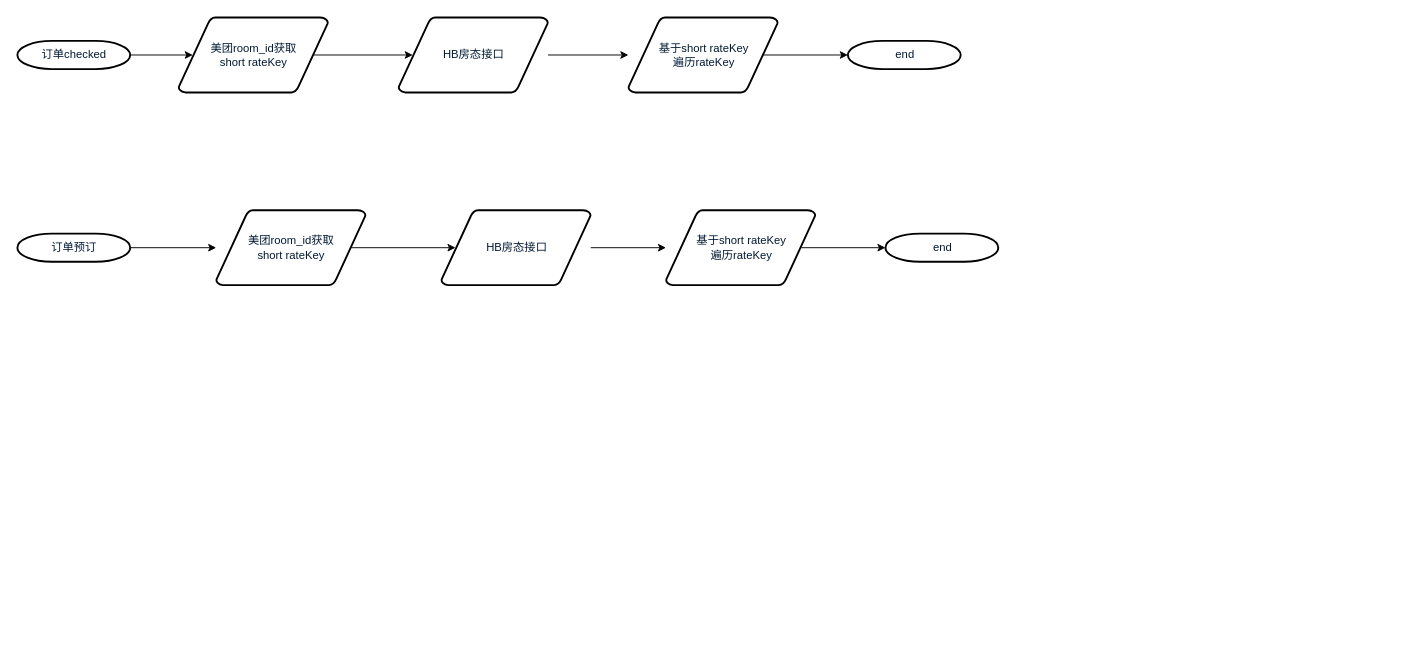
Above: drawio/酒店-美团.drawio in weiwen111/diagram (draw.io), before the change. Source tidied: cells renumbered, new cells numbered last; positions are measured from the earlier drawing's top-left corner, leaving out a move shared by most shapes. Both pictures are drawn from the tidied source at 94%, with x=0, y=0 at pixel (17, 17).
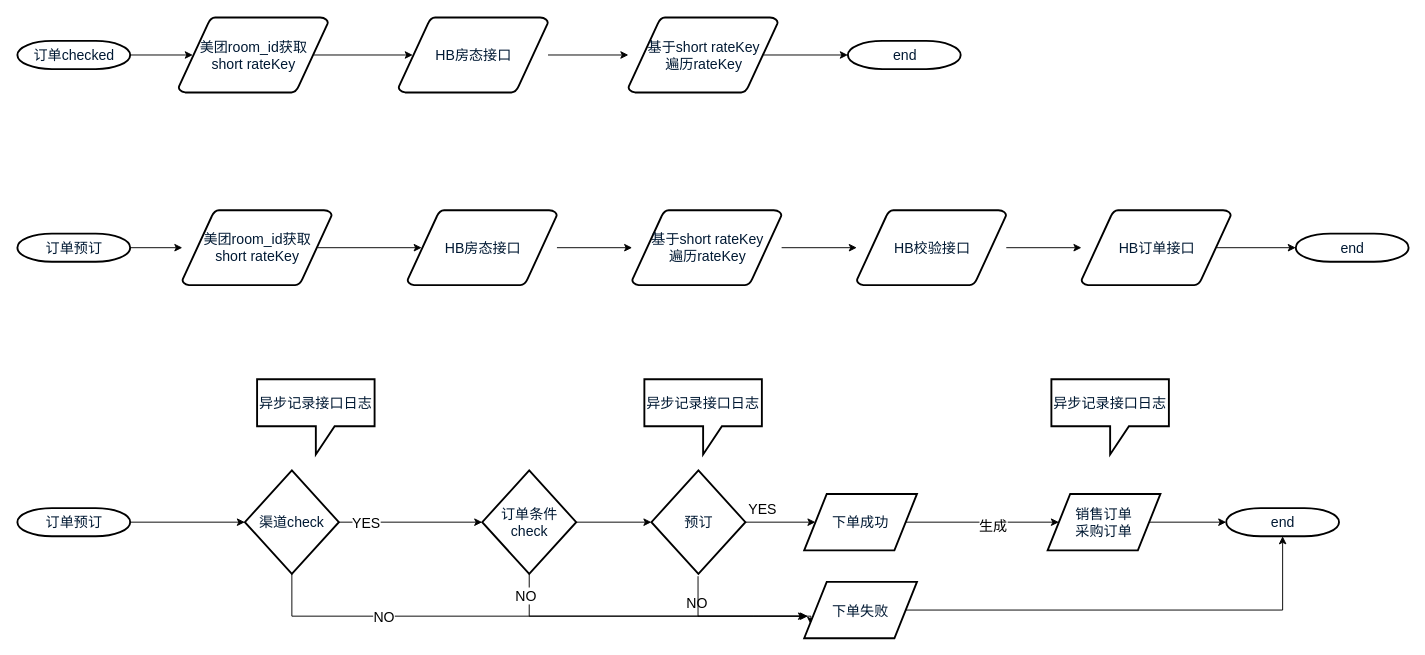
Above is the later version.

Commit message:
更新酒店-美团.drawio

What changed in the source:
```diff
@@
-    <mxCell id="2" style="edgeStyle=orthogonalEdgeStyle;rounded=0;jettySize=auto;html=1;entryX=0.095;entryY=0.5;entryDx=0;entryDy=0;entryPerimeter=0;" parent="1" edge="1" source="3" target="11">
+    <mxCell id="2" style="edgeStyle=orthogonalEdgeStyle;rounded=0;jettySize=auto;html=1;entryX=0.095;entryY=0.5;entryDx=0;entryDy=0;entryPerimeter=0;fontSize=15;" parent="1" edge="1" source="3" target="11">
       <mxGeometry relative="1" as="geometry" />
     </mxCell>
-    <mxCell id="3" value="订单checked" style="shape=mxgraph.flowchart.terminator;fillColor=#FFFFFF;strokeColor=#000000;strokeWidth=2;gradientColor=none;gradientDirection=north;fontColor=#001933;fontStyle=0;html=1;" parent="1" vertex="1">
+    <mxCell id="3" value="订单checked" style="shape=mxgraph.flowchart.terminator;fillColor=#FFFFFF;strokeColor=#000000;strokeWidth=2;gradientColor=none;gradientDirection=north;fontColor=#001933;fontStyle=0;html=1;fontSize=15;" parent="1" vertex="1">
       <mxGeometry y="25" width="120" height="30" as="geometry" />
     </mxCell>
-    <mxCell id="4" style="edgeStyle=orthogonalEdgeStyle;rounded=0;jettySize=auto;html=1;exitX=1;exitY=0.5;exitDx=0;exitDy=0;exitPerimeter=0;" parent="1" edge="1" source="5" target="18">
+    <mxCell id="4" style="edgeStyle=orthogonalEdgeStyle;rounded=0;jettySize=auto;html=1;exitX=1;exitY=0.5;exitDx=0;exitDy=0;exitPerimeter=0;fontSize=15;" parent="1" edge="1" source="5" target="18">
       <mxGeometry relative="1" as="geometry" />
     </mxCell>
-    <mxCell id="5" value="订单预订" style="shape=mxgraph.flowchart.terminator;fillColor=#FFFFFF;strokeColor=#000000;strokeWidth=2;gradientColor=none;gradientDirection=north;fontColor=#001933;fontStyle=0;html=1;" parent="1" vertex="1">
+    <mxCell id="5" value="订单预订" style="shape=mxgraph.flowchart.terminator;fillColor=#FFFFFF;strokeColor=#000000;strokeWidth=2;gradientColor=none;gradientDirection=north;fontColor=#001933;fontStyle=0;html=1;fontSize=15;" parent="1" vertex="1">
       <mxGeometry y="230" width="120" height="30" as="geometry" />
     </mxCell>
-    <mxCell id="6" style="edgeStyle=orthogonalEdgeStyle;rounded=0;jettySize=auto;html=1;" parent="1" edge="1" source="7" target="9">
+    <mxCell id="6" style="edgeStyle=orthogonalEdgeStyle;rounded=0;jettySize=auto;html=1;fontSize=15;" parent="1" edge="1" source="7" target="9">
       <mxGeometry relative="1" as="geometry" />
     </mxCell>
-    <mxCell id="7" value="HB房态接口&lt;br&gt;" style="shape=mxgraph.flowchart.data;fillColor=#FFFFFF;strokeColor=#000000;strokeWidth=2;gradientColor=none;gradientDirection=north;fontColor=#001933;fontStyle=0;html=1;" parent="1" vertex="1">
+    <mxCell id="7" value="HB房态接口&lt;br style=&quot;font-size: 15px;&quot;&gt;" style="shape=mxgraph.flowchart.data;fillColor=#FFFFFF;strokeColor=#000000;strokeWidth=2;gradientColor=none;gradientDirection=north;fontColor=#001933;fontStyle=0;html=1;fontSize=15;" parent="1" vertex="1">
       <mxGeometry x="405.5" width="159" height="80" as="geometry" />
     </mxCell>
-    <mxCell id="8" style="edgeStyle=orthogonalEdgeStyle;rounded=0;jettySize=auto;html=1;exitX=0.905;exitY=0.5;exitDx=0;exitDy=0;exitPerimeter=0;entryX=0;entryY=0.5;entryDx=0;entryDy=0;entryPerimeter=0;" parent="1" edge="1" source="9" target="12">
+    <mxCell id="8" style="edgeStyle=orthogonalEdgeStyle;rounded=0;jettySize=auto;html=1;exitX=0.905;exitY=0.5;exitDx=0;exitDy=0;exitPerimeter=0;entryX=0;entryY=0.5;entryDx=0;entryDy=0;entryPerimeter=0;fontSize=15;" parent="1" edge="1" source="9" target="12">
       <mxGeometry relative="1" as="geometry" />
     </mxCell>
-    <mxCell id="9" value="基于short rateKey&lt;br&gt;遍历rateKey&lt;br&gt;" style="shape=mxgraph.flowchart.data;fillColor=#FFFFFF;strokeColor=#000000;strokeWidth=2;gradientColor=none;gradientDirection=north;fontColor=#001933;fontStyle=0;html=1;" parent="1" vertex="1">
+    <mxCell id="9" value="基于short rateKey&lt;br style=&quot;font-size: 15px;&quot;&gt;遍历rateKey&lt;br style=&quot;font-size: 15px;&quot;&gt;" style="shape=mxgraph.flowchart.data;fillColor=#FFFFFF;strokeColor=#000000;strokeWidth=2;gradientColor=none;gradientDirection=north;fontColor=#001933;fontStyle=0;html=1;fontSize=15;" parent="1" vertex="1">
       <mxGeometry x="650" width="159" height="80" as="geometry" />
     </mxCell>
-    <mxCell id="10" style="edgeStyle=orthogonalEdgeStyle;rounded=0;jettySize=auto;html=1;exitX=0.905;exitY=0.5;exitDx=0;exitDy=0;exitPerimeter=0;entryX=0.095;entryY=0.5;entryDx=0;entryDy=0;entryPerimeter=0;" parent="1" edge="1" source="11" target="7">
+    <mxCell id="10" style="edgeStyle=orthogonalEdgeStyle;rounded=0;jettySize=auto;html=1;exitX=0.905;exitY=0.5;exitDx=0;exitDy=0;exitPerimeter=0;entryX=0.095;entryY=0.5;entryDx=0;entryDy=0;entryPerimeter=0;fontSize=15;" parent="1" edge="1" source="11" target="7">
       <mxGeometry relative="1" as="geometry" />
     </mxCell>
-    <mxCell id="11" value="美团room_id获取&lt;br&gt;short rateKey" style="shape=mxgraph.flowchart.data;fillColor=#FFFFFF;strokeColor=#000000;strokeWidth=2;gradientColor=none;gradientDirection=north;fontColor=#001933;fontStyle=0;html=1;" parent="1" vertex="1">
+    <mxCell id="11" value="美团room_id获取&lt;br style=&quot;font-size: 15px;&quot;&gt;short rateKey" style="shape=mxgraph.flowchart.data;fillColor=#FFFFFF;strokeColor=#000000;strokeWidth=2;gradientColor=none;gradientDirection=north;fontColor=#001933;fontStyle=0;html=1;fontSize=15;" parent="1" vertex="1">
       <mxGeometry x="171.5" width="159" height="80" as="geometry" />
     </mxCell>
-    <mxCell id="12" value="end" style="shape=mxgraph.flowchart.terminator;fillColor=#FFFFFF;strokeColor=#000000;strokeWidth=2;gradientColor=none;gradientDirection=north;fontColor=#001933;fontStyle=0;html=1;" parent="1" vertex="1">
+    <mxCell id="12" value="end" style="shape=mxgraph.flowchart.terminator;fillColor=#FFFFFF;strokeColor=#000000;strokeWidth=2;gradientColor=none;gradientDirection=north;fontColor=#001933;fontStyle=0;html=1;fontSize=15;" parent="1" vertex="1">
       <mxGeometry x="883.5" y="25" width="120" height="30" as="geometry" />
     </mxCell>
-    <mxCell id="13" style="edgeStyle=orthogonalEdgeStyle;rounded=0;jettySize=auto;html=1;" parent="1" edge="1" source="14" target="16">
+    <mxCell id="13" style="edgeStyle=orthogonalEdgeStyle;rounded=0;jettySize=auto;html=1;fontSize=15;" parent="1" edge="1" source="14" target="16">
       <mxGeometry relative="1" as="geometry" />
     </mxCell>
-    <mxCell id="14" value="HB房态接口&lt;br&gt;" style="shape=mxgraph.flowchart.data;fillColor=#FFFFFF;strokeColor=#000000;strokeWidth=2;gradientColor=none;gradientDirection=north;fontColor=#001933;fontStyle=0;html=1;" parent="1" vertex="1">
-      <mxGeometry x="451" y="205" width="159" height="80" as="geometry" />
+    <mxCell id="14" value="HB房态接口&lt;br style=&quot;font-size: 15px;&quot;&gt;" style="shape=mxgraph.flowchart.data;fillColor=#FFFFFF;strokeColor=#000000;strokeWidth=2;gradientColor=none;gradientDirection=north;fontColor=#001933;fontStyle=0;html=1;fontSize=15;" parent="1" vertex="1">
+      <mxGeometry x="415" y="205" width="159" height="80" as="geometry" />
     </mxCell>
-    <mxCell id="15" style="edgeStyle=orthogonalEdgeStyle;rounded=0;jettySize=auto;html=1;exitX=0.905;exitY=0.5;exitDx=0;exitDy=0;exitPerimeter=0;entryX=0;entryY=0.5;entryDx=0;entryDy=0;entryPerimeter=0;" parent="1" edge="1" source="16" target="19">
-      <mxGeometry relative="1" as="geometry" />
-    </mxCell>
+    <mxCell id="20" style="edgeStyle=orthogonalEdgeStyle;rounded=0;jettySize=auto;html=1;fontSize=15;" parent="1" edge="1" source="16" target="22">
+      <mxGeometry relative="1" as="geometry" />
+    </mxCell>
-    <mxCell id="16" value="基于short rateKey&lt;br&gt;遍历rateKey&lt;br&gt;" style="shape=mxgraph.flowchart.data;fillColor=#FFFFFF;strokeColor=#000000;strokeWidth=2;gradientColor=none;gradientDirection=north;fontColor=#001933;fontStyle=0;html=1;" parent="1" vertex="1">
-      <mxGeometry x="690" y="205" width="159" height="80" as="geometry" />
+    <mxCell id="16" value="基于short rateKey&lt;br style=&quot;font-size: 15px;&quot;&gt;遍历rateKey&lt;br style=&quot;font-size: 15px;&quot;&gt;" style="shape=mxgraph.flowchart.data;fillColor=#FFFFFF;strokeColor=#000000;strokeWidth=2;gradientColor=none;gradientDirection=north;fontColor=#001933;fontStyle=0;html=1;fontSize=15;" parent="1" vertex="1">
+      <mxGeometry x="654" y="205" width="159" height="80" as="geometry" />
     </mxCell>
+    <mxCell id="21" style="edgeStyle=orthogonalEdgeStyle;rounded=0;jettySize=auto;html=1;fontSize=15;" parent="1" edge="1" source="22" target="24">
+      <mxGeometry relative="1" as="geometry" />
+    </mxCell>
+    <mxCell id="22" value="HB校验接口&lt;br style=&quot;font-size: 15px;&quot;&gt;" style="shape=mxgraph.flowchart.data;fillColor=#FFFFFF;strokeColor=#000000;strokeWidth=2;gradientColor=none;gradientDirection=north;fontColor=#001933;fontStyle=0;html=1;fontSize=15;" parent="1" vertex="1">
+      <mxGeometry x="893" y="205" width="159" height="80" as="geometry" />
+    </mxCell>
+    <mxCell id="23" style="edgeStyle=orthogonalEdgeStyle;rounded=0;jettySize=auto;html=1;exitX=0.905;exitY=0.5;exitDx=0;exitDy=0;exitPerimeter=0;fontSize=15;" parent="1" edge="1" source="24" target="19">
+      <mxGeometry relative="1" as="geometry" />
+    </mxCell>
+    <mxCell id="24" value="HB订单接口&lt;br style=&quot;font-size: 15px;&quot;&gt;" style="shape=mxgraph.flowchart.data;fillColor=#FFFFFF;strokeColor=#000000;strokeWidth=2;gradientColor=none;gradientDirection=north;fontColor=#001933;fontStyle=0;html=1;fontSize=15;" parent="1" vertex="1">
+      <mxGeometry x="1132" y="205" width="159" height="80" as="geometry" />
+    </mxCell>
-    <mxCell id="17" style="edgeStyle=orthogonalEdgeStyle;rounded=0;jettySize=auto;html=1;exitX=0.905;exitY=0.5;exitDx=0;exitDy=0;exitPerimeter=0;entryX=0.095;entryY=0.5;entryDx=0;entryDy=0;entryPerimeter=0;" parent="1" edge="1" source="18" target="14">
+    <mxCell id="17" style="edgeStyle=orthogonalEdgeStyle;rounded=0;jettySize=auto;html=1;exitX=0.905;exitY=0.5;exitDx=0;exitDy=0;exitPerimeter=0;entryX=0.095;entryY=0.5;entryDx=0;entryDy=0;entryPerimeter=0;fontSize=15;" parent="1" edge="1" source="18" target="14">
       <mxGeometry relative="1" as="geometry" />
     </mxCell>
-    <mxCell id="18" value="美团room_id获取&lt;br&gt;short rateKey" style="shape=mxgraph.flowchart.data;fillColor=#FFFFFF;strokeColor=#000000;strokeWidth=2;gradientColor=none;gradientDirection=north;fontColor=#001933;fontStyle=0;html=1;" parent="1" vertex="1">
-      <mxGeometry x="211.5" y="205" width="159" height="80" as="geometry" />
+    <mxCell id="18" value="美团room_id获取&lt;br style=&quot;font-size: 15px;&quot;&gt;short rateKey" style="shape=mxgraph.flowchart.data;fillColor=#FFFFFF;strokeColor=#000000;strokeWidth=2;gradientColor=none;gradientDirection=north;fontColor=#001933;fontStyle=0;html=1;fontSize=15;" parent="1" vertex="1">
+      <mxGeometry x="175.5" y="205" width="159" height="80" as="geometry" />
     </mxCell>
-    <mxCell id="19" value="end" style="shape=mxgraph.flowchart.terminator;fillColor=#FFFFFF;strokeColor=#000000;strokeWidth=2;gradientColor=none;gradientDirection=north;fontColor=#001933;fontStyle=0;html=1;" parent="1" vertex="1">
-      <mxGeometry x="923.5" y="230" width="120" height="30" as="geometry" />
+    <mxCell id="19" value="end" style="shape=mxgraph.flowchart.terminator;fillColor=#FFFFFF;strokeColor=#000000;strokeWidth=2;gradientColor=none;gradientDirection=north;fontColor=#001933;fontStyle=0;html=1;fontSize=15;" parent="1" vertex="1">
+      <mxGeometry x="1360" y="230" width="120" height="30" as="geometry" />
     </mxCell>
+    <mxCell id="25" style="edgeStyle=orthogonalEdgeStyle;rounded=0;jettySize=auto;html=1;exitX=1;exitY=0.5;exitDx=0;exitDy=0;exitPerimeter=0;entryX=0;entryY=0.5;entryDx=0;entryDy=0;fontSize=15;" parent="1" edge="1" source="26" target="35">
+      <mxGeometry relative="1" as="geometry" />
+    </mxCell>
+    <mxCell id="26" value="订单预订" style="shape=mxgraph.flowchart.terminator;fillColor=#FFFFFF;strokeColor=#000000;strokeWidth=2;gradientColor=none;gradientDirection=north;fontColor=#001933;fontStyle=0;html=1;fontSize=15;" parent="1" vertex="1">
+      <mxGeometry y="522" width="120" height="30" as="geometry" />
+    </mxCell>
+    <mxCell id="27" style="edgeStyle=orthogonalEdgeStyle;rounded=0;orthogonalLoop=1;jettySize=auto;html=1;fontSize=15;" parent="1" edge="1">
+      <mxGeometry relative="1" as="geometry">
+        <mxPoint x="574" y="495" as="sourcePoint" />
+      </mxGeometry>
+    </mxCell>
+    <mxCell id="28" style="edgeStyle=orthogonalEdgeStyle;rounded=0;orthogonalLoop=1;jettySize=auto;html=1;fontSize=15;" parent="1" edge="1">
+      <mxGeometry relative="1" as="geometry">
+        <mxPoint x="893" y="495" as="targetPoint" />
+      </mxGeometry>
+    </mxCell>
+    <mxCell id="29" style="edgeStyle=orthogonalEdgeStyle;rounded=0;orthogonalLoop=1;jettySize=auto;html=1;fontSize=15;" parent="1" edge="1">
+      <mxGeometry relative="1" as="geometry">
+        <mxPoint x="1132" y="495" as="targetPoint" />
+      </mxGeometry>
+    </mxCell>
+    <mxCell id="30" value="end" style="shape=mxgraph.flowchart.terminator;fillColor=#FFFFFF;strokeColor=#000000;strokeWidth=2;gradientColor=none;gradientDirection=north;fontColor=#001933;fontStyle=0;html=1;fontSize=15;" parent="1" vertex="1">
+      <mxGeometry x="1286" y="522" width="120" height="30" as="geometry" />
+    </mxCell>
+    <mxCell id="31" style="edgeStyle=orthogonalEdgeStyle;rounded=0;jettySize=auto;html=1;exitX=0.5;exitY=1;exitDx=0;exitDy=0;fontSize=15;" parent="1" edge="1" source="35">
+      <mxGeometry relative="1" as="geometry">
+        <mxPoint x="839" y="637" as="targetPoint" />
+        <Array as="points">
+          <mxPoint x="292" y="637" />
+          <mxPoint x="783" y="637" />
+        </Array>
+      </mxGeometry>
+    </mxCell>
+    <mxCell id="32" value="NO" style="text;html=1;align=center;verticalAlign=middle;labelBackgroundColor=#ffffff;fontSize=15;" parent="31" vertex="1">
+      <mxGeometry x="-0.52" relative="1" as="geometry" />
+    </mxCell>
+    <mxCell id="33" style="edgeStyle=orthogonalEdgeStyle;rounded=0;jettySize=auto;html=1;fontSize=15;" parent="1" edge="1" source="35" target="39">
+      <mxGeometry relative="1" as="geometry" />
+    </mxCell>
+    <mxCell id="34" value="YES" style="text;html=1;align=center;verticalAlign=middle;labelBackgroundColor=#ffffff;fontSize=15;" parent="33" vertex="1">
+      <mxGeometry x="0.28" y="3" relative="1" as="geometry">
+        <mxPoint x="-69.5" y="3" as="offset" />
+      </mxGeometry>
+    </mxCell>
+    <mxCell id="35" value="渠道check" style="rhombus;whiteSpace=wrap;html=1;fontSize=15;fontColor=#001933;fontStyle=0;strokeWidth=2;fillColor=#FFFFFF;gradientColor=none;gradientDirection=north;" parent="1" vertex="1">
+      <mxGeometry x="242" y="482" width="100" height="110" as="geometry" />
+    </mxCell>
+    <mxCell id="36" style="edgeStyle=orthogonalEdgeStyle;rounded=0;jettySize=auto;html=1;exitX=0.5;exitY=1;exitDx=0;exitDy=0;fontSize=15;" parent="1" edge="1" source="39">
+      <mxGeometry relative="1" as="geometry">
+        <mxPoint x="841" y="637" as="targetPoint" />
+        <Array as="points">
+          <mxPoint x="544" y="637" />
+          <mxPoint x="788" y="637" />
+        </Array>
+      </mxGeometry>
+    </mxCell>
+    <mxCell id="37" value="NO" style="text;html=1;align=center;verticalAlign=middle;labelBackgroundColor=#ffffff;fontSize=15;" parent="36" vertex="1">
+      <mxGeometry x="-0.87" y="-4" relative="1" as="geometry" />
+    </mxCell>
+    <mxCell id="38" style="edgeStyle=orthogonalEdgeStyle;rounded=0;jettySize=auto;html=1;fontSize=15;" parent="1" edge="1" source="39" target="42">
+      <mxGeometry relative="1" as="geometry" />
+    </mxCell>
+    <mxCell id="39" value="订单条件&lt;br&gt;check" style="rhombus;whiteSpace=wrap;html=1;fontSize=15;fontColor=#001933;fontStyle=0;strokeWidth=2;fillColor=#FFFFFF;gradientColor=none;gradientDirection=north;" parent="1" vertex="1">
+      <mxGeometry x="494.5" y="482" width="100" height="110" as="geometry" />
+    </mxCell>
+    <mxCell id="40" style="edgeStyle=orthogonalEdgeStyle;rounded=0;orthogonalLoop=1;jettySize=auto;html=1;exitX=0.5;exitY=1;exitDx=0;exitDy=0;entryX=0;entryY=0.75;entryDx=0;entryDy=0;fontSize=15;" parent="1" edge="1">
+      <mxGeometry relative="1" as="geometry">
+        <mxPoint x="724.1" y="594.5" as="sourcePoint" />
+        <mxPoint x="844.1" y="646.2" as="targetPoint" />
+        <Array as="points">
+          <mxPoint x="724" y="637" />
+          <mxPoint x="844" y="637" />
+        </Array>
+      </mxGeometry>
+    </mxCell>
+    <mxCell id="41" style="edgeStyle=orthogonalEdgeStyle;rounded=0;jettySize=auto;html=1;exitX=1;exitY=0.5;exitDx=0;exitDy=0;entryX=0;entryY=0.5;entryDx=0;entryDy=0;fontSize=15;" parent="1" edge="1" source="42" target="45">
+      <mxGeometry relative="1" as="geometry" />
+    </mxCell>
+    <mxCell id="42" value="预订" style="rhombus;whiteSpace=wrap;html=1;fontSize=15;fontColor=#001933;fontStyle=0;strokeWidth=2;fillColor=#FFFFFF;gradientColor=none;gradientDirection=north;" parent="1" vertex="1">
+      <mxGeometry x="674.5" y="482" width="100" height="110" as="geometry" />
+    </mxCell>
+    <mxCell id="43" style="edgeStyle=orthogonalEdgeStyle;rounded=0;jettySize=auto;html=1;fontSize=15;" parent="1" edge="1" source="45" target="47">
+      <mxGeometry relative="1" as="geometry" />
+    </mxCell>
+    <mxCell id="44" value="生成" style="text;html=1;align=center;verticalAlign=middle;labelBackgroundColor=#ffffff;fontSize=15;" parent="43" vertex="1">
+      <mxGeometry x="0.13" y="-3" relative="1" as="geometry" />
+    </mxCell>
+    <mxCell id="45" value="下单成功" style="shape=parallelogram;perimeter=parallelogramPerimeter;whiteSpace=wrap;html=1;fontSize=15;fontColor=#001933;fontStyle=0;strokeWidth=2;fillColor=#FFFFFF;gradientColor=none;gradientDirection=north;" parent="1" vertex="1">
+      <mxGeometry x="837" y="507" width="120" height="60" as="geometry" />
+    </mxCell>
+    <mxCell id="46" style="edgeStyle=orthogonalEdgeStyle;rounded=0;jettySize=auto;html=1;exitX=1;exitY=0.5;exitDx=0;exitDy=0;fontSize=15;" parent="1" edge="1" source="47" target="30">
+      <mxGeometry relative="1" as="geometry" />
+    </mxCell>
+    <mxCell id="47" value="销售订单&lt;br&gt;采购订单&lt;br&gt;" style="shape=parallelogram;perimeter=parallelogramPerimeter;whiteSpace=wrap;html=1;fontSize=15;fontColor=#001933;fontStyle=0;strokeWidth=2;fillColor=#FFFFFF;gradientColor=none;gradientDirection=north;" parent="1" vertex="1">
+      <mxGeometry x="1096" y="507" width="120" height="60" as="geometry" />
+    </mxCell>
+    <mxCell id="48" style="edgeStyle=orthogonalEdgeStyle;rounded=0;jettySize=auto;html=1;exitX=1;exitY=0.5;exitDx=0;exitDy=0;entryX=0.5;entryY=1;entryDx=0;entryDy=0;entryPerimeter=0;fontSize=15;" parent="1" edge="1" source="49" target="30">
+      <mxGeometry relative="1" as="geometry" />
+    </mxCell>
+    <mxCell id="49" value="下单失败" style="shape=parallelogram;perimeter=parallelogramPerimeter;whiteSpace=wrap;html=1;fontSize=15;fontColor=#001933;fontStyle=0;strokeWidth=2;fillColor=#FFFFFF;gradientColor=none;gradientDirection=north;" parent="1" vertex="1">
+      <mxGeometry x="837" y="600.5" width="120" height="60" as="geometry" />
+    </mxCell>
+    <mxCell id="50" value="NO" style="text;html=1;align=left;verticalAlign=top;spacingTop=-4;fontSize=15;" parent="1" vertex="1">
+      <mxGeometry x="709.5" y="612" width="40" height="20" as="geometry" />
+    </mxCell>
+    <mxCell id="51" value="YES" style="text;html=1;align=left;verticalAlign=top;spacingTop=-4;fontSize=15;" parent="1" vertex="1">
+      <mxGeometry x="776" y="512" width="50" height="20" as="geometry" />
+    </mxCell>
+    <mxCell id="52" value="异步记录接口日志" style="shape=callout;whiteSpace=wrap;html=1;perimeter=calloutPerimeter;fontSize=15;fontColor=#001933;fontStyle=0;strokeWidth=2;fillColor=#FFFFFF;gradientColor=none;gradientDirection=north;" parent="1" vertex="1">
+      <mxGeometry x="255" y="385" width="125" height="80" as="geometry" />
+    </mxCell>
+    <mxCell id="53" value="异步记录接口日志" style="shape=callout;whiteSpace=wrap;html=1;perimeter=calloutPerimeter;fontSize=15;fontColor=#001933;fontStyle=0;strokeWidth=2;fillColor=#FFFFFF;gradientColor=none;gradientDirection=north;" parent="1" vertex="1">
+      <mxGeometry x="667" y="385" width="125" height="80" as="geometry" />
+    </mxCell>
+    <mxCell id="54" value="异步记录接口日志" style="shape=callout;whiteSpace=wrap;html=1;perimeter=calloutPerimeter;fontSize=15;fontColor=#001933;fontStyle=0;strokeWidth=2;fillColor=#FFFFFF;gradientColor=none;gradientDirection=north;" parent="1" vertex="1">
+      <mxGeometry x="1100" y="385" width="125" height="80" as="geometry" />
+    </mxCell>
```
